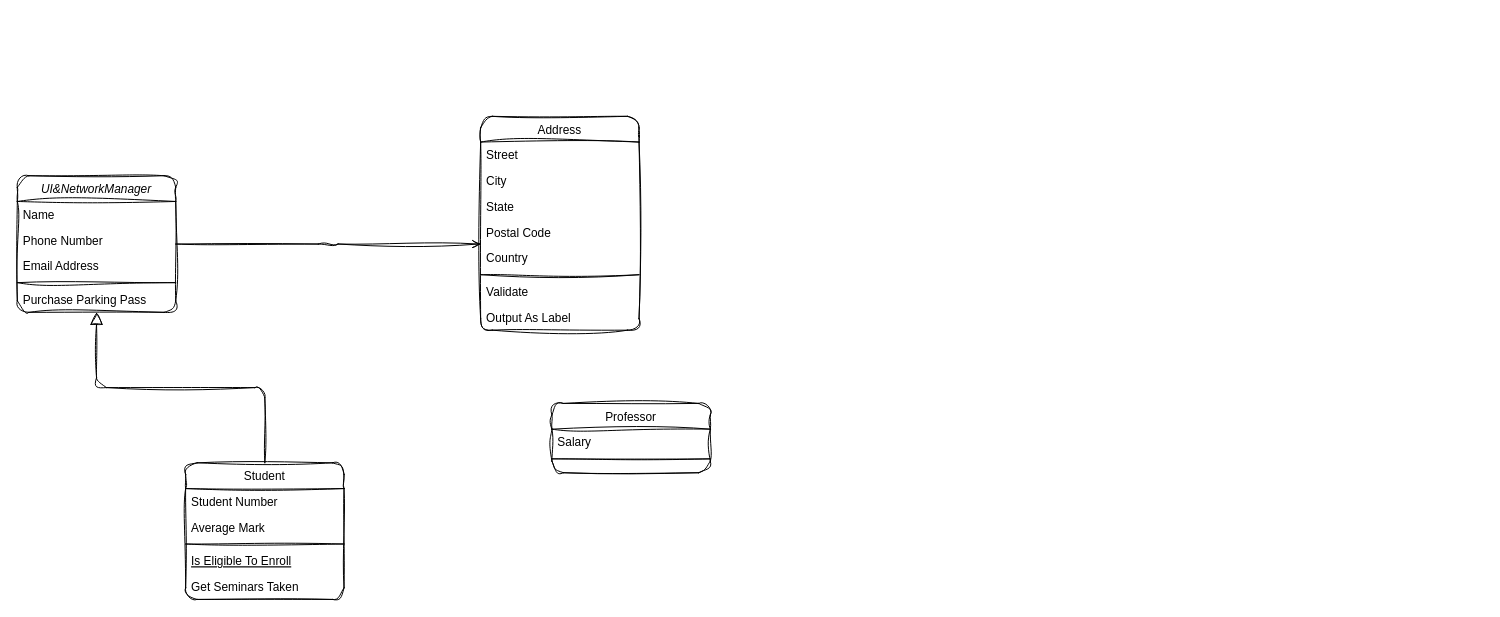
Before: 매지컬 오목.drawio in nilbace/Magical_Gomoku, a draw.io diagram. Source tidied: cells renumbered, new cells numbered last; positions are measured from the earlier drawing's top-left corner, leaving out a move shared by most shapes. Both pictures are drawn from the tidied source at 99%, with x=0, y=0 at pixel (17, 116).
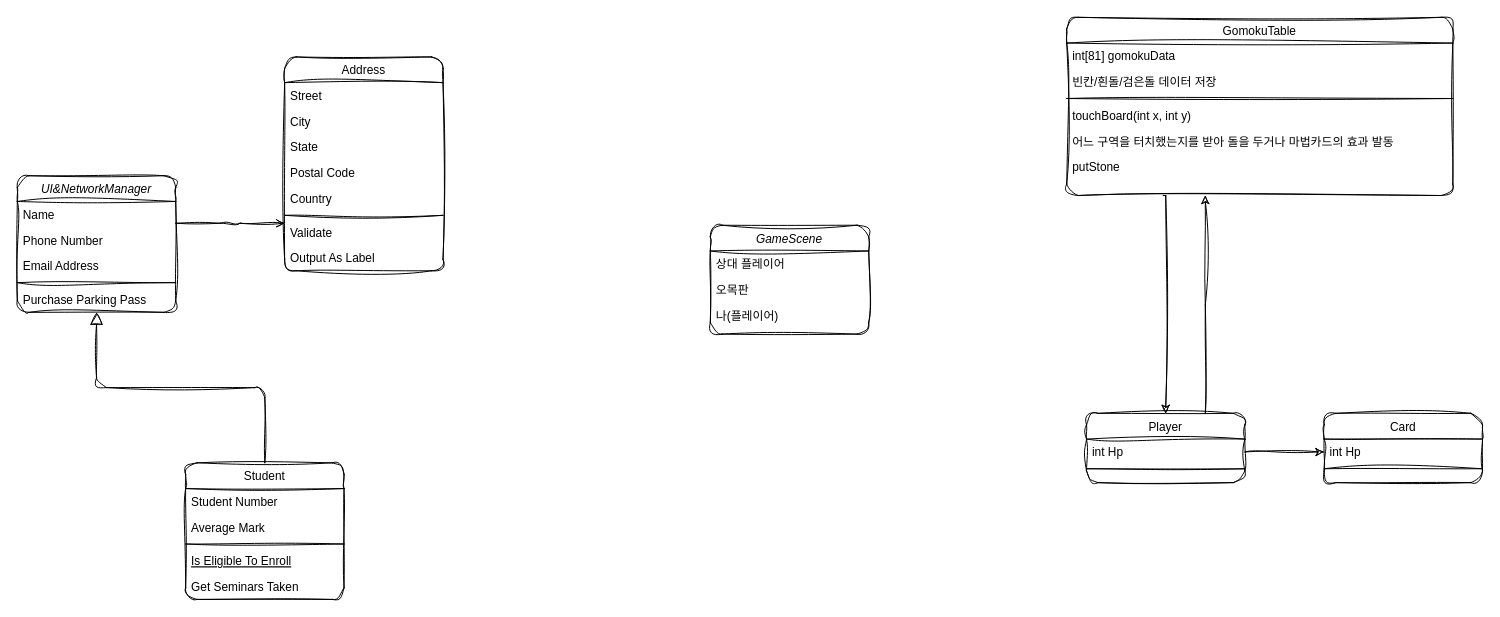
The same page after the edit.

Commit message:
매지컬 오목.drawio 업데이트

Diff of the diagram source:
```diff
@@
+    <mxCell id="28" style="edgeStyle=orthogonalEdgeStyle;rounded=0;sketch=1;hachureGap=4;jiggle=2;curveFitting=1;jettySize=auto;html=1;exitX=0.75;exitY=0;exitDx=0;exitDy=0;fontFamily=Architects Daughter;fontSize=16;" parent="1" edge="1" source="15">
+      <mxGeometry relative="1" as="geometry">
+        <mxPoint x="1200" y="80" as="targetPoint" />
+      </mxGeometry>
+    </mxCell>
-    <mxCell id="15" value="Professor" style="swimlane;fontStyle=0;align=center;verticalAlign=top;horizontal=1;startSize=26;rounded=1;shadow=0;strokeWidth=1;sketch=1;curveFitting=1;jiggle=2;labelBackgroundColor=none;" parent="1" vertex="1">
-      <mxGeometry x="540" y="290" width="160" height="70" as="geometry" />
+    <mxCell id="15" value="Player" style="swimlane;fontStyle=0;align=center;verticalAlign=top;horizontal=1;startSize=26;rounded=1;shadow=0;strokeWidth=1;sketch=1;curveFitting=1;jiggle=2;labelBackgroundColor=none;" parent="1" vertex="1">
+      <mxGeometry x="1080" y="300" width="160" height="70" as="geometry" />
     </mxCell>
-    <mxCell id="16" value="Salary" style="text;align=left;verticalAlign=top;spacingLeft=4;spacingRight=4;overflow=hidden;points=[[0,0.5],[1,0.5]];portConstraint=eastwest;sketch=1;curveFitting=1;jiggle=2;labelBackgroundColor=none;rounded=1;" parent="15" vertex="1">
+    <mxCell id="16" value="int Hp" style="text;align=left;verticalAlign=top;spacingLeft=4;spacingRight=4;overflow=hidden;points=[[0,0.5],[1,0.5]];portConstraint=eastwest;sketch=1;curveFitting=1;jiggle=2;labelBackgroundColor=none;rounded=1;" parent="15" vertex="1">
       <mxGeometry y="26" width="160" height="26" as="geometry" />
     </mxCell>
@@
     <mxCell id="18" value="Address" style="swimlane;fontStyle=0;align=center;verticalAlign=top;horizontal=1;startSize=26;rounded=1;shadow=0;strokeWidth=1;sketch=1;curveFitting=1;jiggle=2;labelBackgroundColor=none;" parent="1" vertex="1">
-      <mxGeometry x="468" width="160" height="216" as="geometry" />
+      <mxGeometry x="270" y="-60" width="160" height="216" as="geometry" />
     </mxCell>
@@
+    <mxCell id="29" value="GameScene" style="swimlane;fontStyle=2;align=center;verticalAlign=top;horizontal=1;startSize=26;rounded=1;shadow=0;strokeWidth=1;sketch=1;curveFitting=1;jiggle=2;labelBackgroundColor=none;" parent="1" vertex="1">
+      <mxGeometry x="700" y="110" width="160" height="110" as="geometry" />
+    </mxCell>
+    <mxCell id="30" value="상대 플레이어" style="text;align=left;verticalAlign=top;spacingLeft=4;spacingRight=4;overflow=hidden;sketch=1;curveFitting=1;jiggle=2;labelBackgroundColor=none;rounded=1;" parent="29" vertex="1">
+      <mxGeometry y="26" width="160" height="26" as="geometry" />
+    </mxCell>
+    <mxCell id="31" value="오목판" style="text;align=left;verticalAlign=top;spacingLeft=4;spacingRight=4;overflow=hidden;rounded=1;shadow=0;html=0;sketch=1;curveFitting=1;jiggle=2;labelBackgroundColor=none;" parent="29" vertex="1">
+      <mxGeometry y="52" width="160" height="26" as="geometry" />
+    </mxCell>
+    <mxCell id="32" value="나(플레이어)" style="text;align=left;verticalAlign=top;spacingLeft=4;spacingRight=4;overflow=hidden;rounded=1;shadow=0;html=0;sketch=1;curveFitting=1;jiggle=2;labelBackgroundColor=none;" parent="29" vertex="1">
+      <mxGeometry y="78" width="160" height="26" as="geometry" />
+    </mxCell>
+    <mxCell id="33" style="edgeStyle=orthogonalEdgeStyle;rounded=0;sketch=1;hachureGap=4;jiggle=2;curveFitting=1;jettySize=auto;html=1;exitX=0.25;exitY=1;exitDx=0;exitDy=0;entryX=0.5;entryY=0;entryDx=0;entryDy=0;fontFamily=Architects Daughter;fontSize=16;" parent="1" edge="1" source="34" target="15">
+      <mxGeometry relative="1" as="geometry">
+        <Array as="points">
+          <mxPoint x="1160" y="80" />
+        </Array>
+      </mxGeometry>
+    </mxCell>
+    <mxCell id="34" value="GomokuTable" style="swimlane;fontStyle=0;align=center;verticalAlign=top;horizontal=1;startSize=26;rounded=1;shadow=0;strokeWidth=1;sketch=1;curveFitting=1;jiggle=2;labelBackgroundColor=none;" parent="1" vertex="1">
+      <mxGeometry x="1060" y="-100" width="390" height="180" as="geometry" />
+    </mxCell>
+    <mxCell id="35" value="int[81] gomokuData&#10;" style="text;align=left;verticalAlign=top;spacingLeft=4;spacingRight=4;overflow=hidden;sketch=1;curveFitting=1;jiggle=2;labelBackgroundColor=none;rounded=1;" parent="34" vertex="1">
+      <mxGeometry y="26" width="390" height="26" as="geometry" />
+    </mxCell>
+    <mxCell id="36" value="빈칸/흰돌/검은돌 데이터 저장" style="text;align=left;verticalAlign=top;spacingLeft=4;spacingRight=4;overflow=hidden;sketch=1;curveFitting=1;jiggle=2;labelBackgroundColor=none;rounded=1;" parent="34" vertex="1">
+      <mxGeometry y="52" width="390" height="26" as="geometry" />
+    </mxCell>
+    <mxCell id="37" style="line;html=1;strokeWidth=1;align=left;verticalAlign=middle;spacingTop=-1;spacingLeft=3;spacingRight=3;labelPosition=right;sketch=1;curveFitting=1;jiggle=2;labelBackgroundColor=none;rounded=1;" parent="34" vertex="1">
+      <mxGeometry y="78" width="390" height="8" as="geometry" />
+    </mxCell>
+    <mxCell id="38" value="touchBoard(int x, int y)" style="text;align=left;verticalAlign=top;spacingLeft=4;spacingRight=4;overflow=hidden;sketch=1;curveFitting=1;jiggle=2;labelBackgroundColor=none;rounded=1;" parent="34" vertex="1">
+      <mxGeometry y="86" width="390" height="26" as="geometry" />
+    </mxCell>
+    <mxCell id="39" value="어느 구역을 터치했는지를 받아 돌을 두거나 마법카드의 효과 발동" style="text;align=left;verticalAlign=top;spacingLeft=4;spacingRight=4;overflow=hidden;sketch=1;curveFitting=1;jiggle=2;labelBackgroundColor=none;rounded=1;" parent="34" vertex="1">
+      <mxGeometry y="112" width="390" height="26" as="geometry" />
+    </mxCell>
+    <mxCell id="40" value="putStone" style="text;align=left;verticalAlign=top;spacingLeft=4;spacingRight=4;overflow=hidden;sketch=1;curveFitting=1;jiggle=2;labelBackgroundColor=none;rounded=1;" parent="34" vertex="1">
+      <mxGeometry y="138" width="390" height="26" as="geometry" />
+    </mxCell>
+    <mxCell id="41" value="Card" style="swimlane;fontStyle=0;align=center;verticalAlign=top;horizontal=1;startSize=26;rounded=1;shadow=0;strokeWidth=1;sketch=1;curveFitting=1;jiggle=2;labelBackgroundColor=none;" parent="1" vertex="1">
+      <mxGeometry x="1320" y="300" width="160" height="70" as="geometry" />
+    </mxCell>
+    <mxCell id="42" value="int Hp" style="text;align=left;verticalAlign=top;spacingLeft=4;spacingRight=4;overflow=hidden;points=[[0,0.5],[1,0.5]];portConstraint=eastwest;sketch=1;curveFitting=1;jiggle=2;labelBackgroundColor=none;rounded=1;" parent="41" vertex="1">
+      <mxGeometry y="26" width="160" height="26" as="geometry" />
+    </mxCell>
+    <mxCell id="43" style="line;html=1;strokeWidth=1;align=left;verticalAlign=middle;spacingTop=-1;spacingLeft=3;spacingRight=3;labelPosition=right;sketch=1;curveFitting=1;jiggle=2;labelBackgroundColor=none;rounded=1;" parent="41" vertex="1">
+      <mxGeometry y="52" width="160" height="8" as="geometry" />
+    </mxCell>
+    <mxCell id="44" style="edgeStyle=orthogonalEdgeStyle;rounded=0;sketch=1;hachureGap=4;jiggle=2;curveFitting=1;jettySize=auto;html=1;exitX=1;exitY=0.5;exitDx=0;exitDy=0;entryX=0;entryY=0.5;entryDx=0;entryDy=0;fontFamily=Architects Daughter;fontSize=16;" parent="1" edge="1" source="16" target="42">
+      <mxGeometry relative="1" as="geometry" />
+    </mxCell>
```
